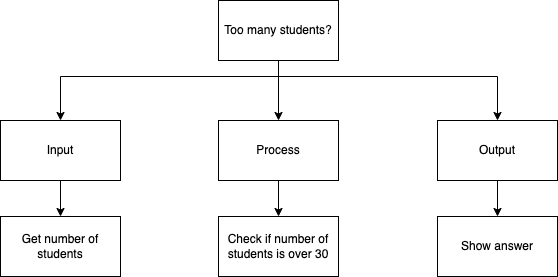
Before: docs/structured-problem-solving/images/top-down-if-then.png, a diagram exported from draw.io (Mr-Coxall/Computer-Based-Problem-Solving). Source tidied: cells renumbered, new cells last; positions are measured from the earlier drawing's top-left corner, leaving out a move shared by most shapes.
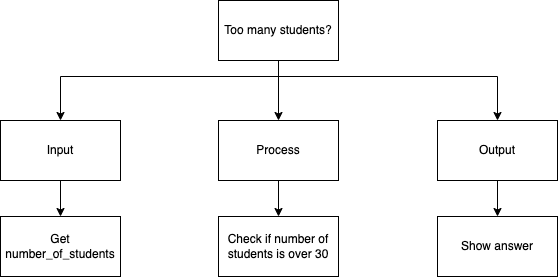
The same file after the commit.

What changed in the source:
```diff
@@ -42,7 +42,7 @@
     <mxCell id="11" value="Output" style="rounded=0;whiteSpace=wrap;html=1;" parent="1" vertex="1">
       <mxGeometry x="437" y="120" width="120" height="60" as="geometry" />
     </mxCell>
-    <mxCell id="12" value="Get number of students" style="rounded=0;whiteSpace=wrap;html=1;" parent="1" vertex="1">
+    <mxCell id="12" value="Get number_of_students" style="rounded=0;whiteSpace=wrap;html=1;" parent="1" vertex="1">
       <mxGeometry y="216" width="120" height="60" as="geometry" />
     </mxCell>
     <mxCell id="13" value="Check if number of students is over 30" style="rounded=0;whiteSpace=wrap;html=1;" parent="1" vertex="1">
```
